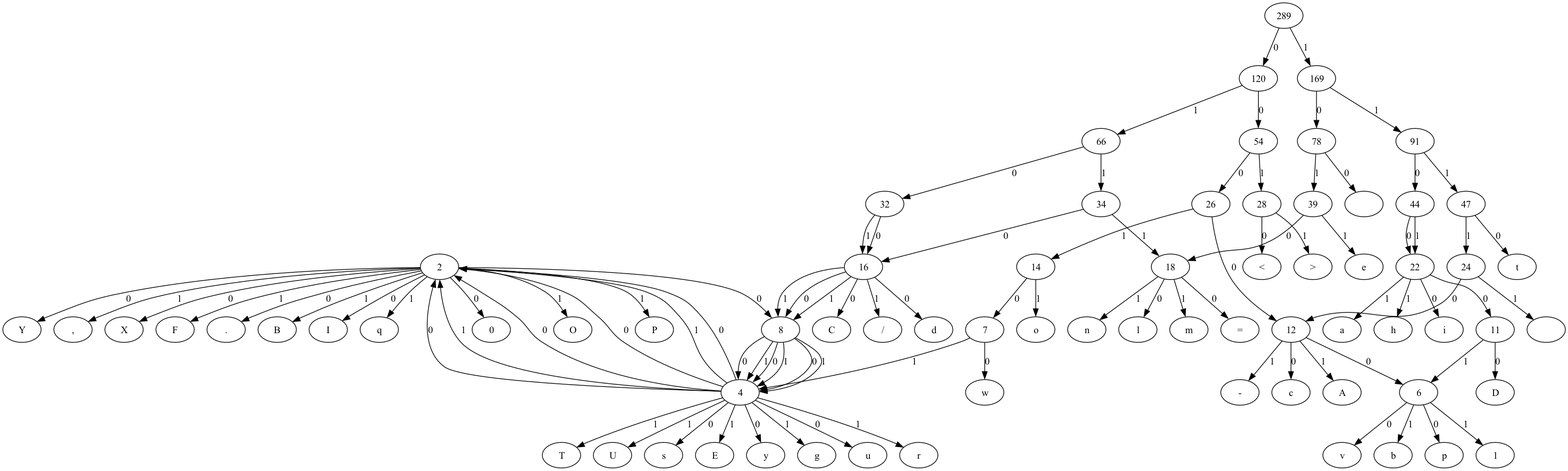
hugolima03/HugoLimaPedroVinicius_FinalProject_AA_RR_2023 keeps this Graphviz diagram as graph.png. Above is the earlier version. Its source is kept beside it as graph.dot.
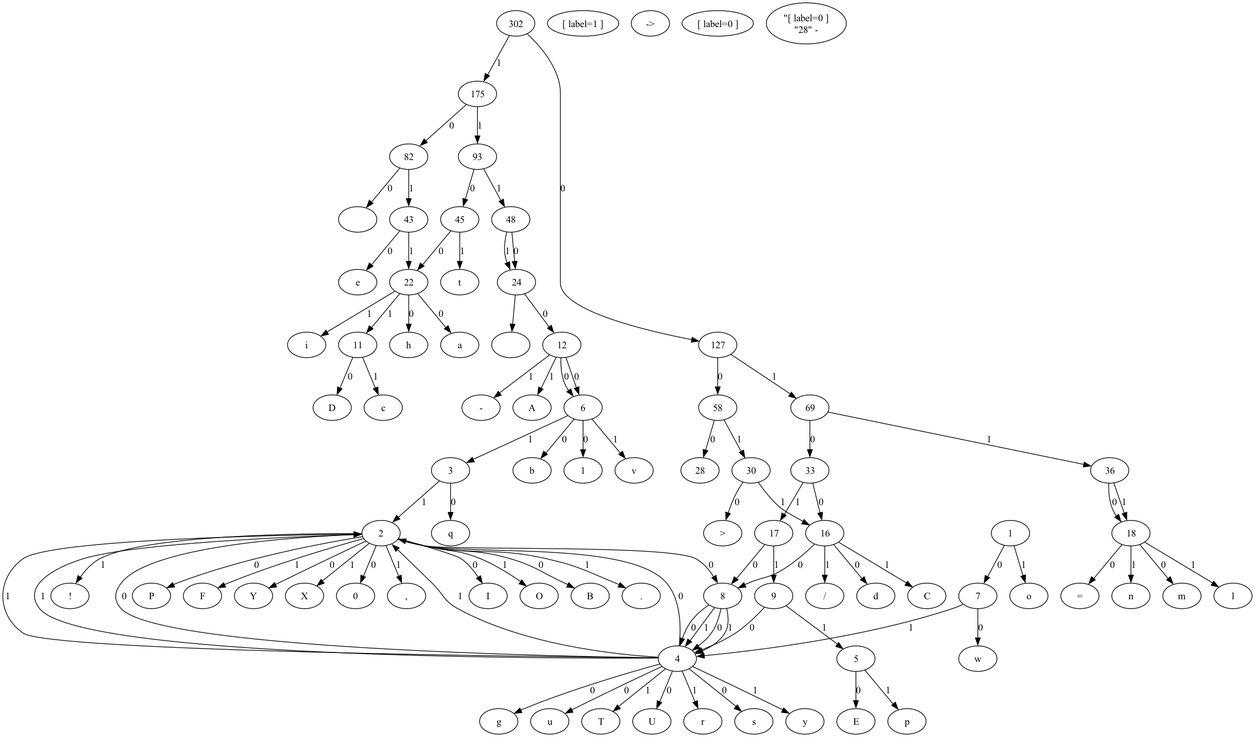
The same file after the commit.

Diff of the diagram source:
```diff
@@ -1,93 +1,97 @@
 digraph G {
-"2" -> "0"[ label=0 ]
+"2" -> "B"[ label=0 ]
+"2" -> "."[ label=1 ]
+"2" -> "I"[ label=0 ]
 "2" -> "O"[ label=1 ]
 "2" -> "8"[ label=0 ]
-"2" -> "P"[ label=1 ]
+"2" -> "!"[ label=1 ]
+"2" -> "P"[ label=0 ]
+"2" -> "F"[ label=1 ]
 "2" -> "Y"[ label=0 ]
+"2" -> "X"[ label=1 ]
+"2" -> "0"[ label=0 ]
 "2" -> ","[ label=1 ]
-"2" -> "X"[ label=0 ]
-"2" -> "F"[ label=1 ]
-"2" -> "."[ label=0 ]
-"2" -> "B"[ label=1 ]
-"2" -> "I"[ label=0 ]
-"2" -> "q"[ label=1 ]
+"3" -> "q"[ label=0 ]
+"3" -> "2"[ label=1 ]
+"4" -> "2"[ label=0 ]
+"4" -> "y"[ label=1 ]
+"4" -> "g"[ label=0 ]
+"4" -> "2"[ label=1 ]
+"4" -> "u"[ label=0 ]
+"4" -> "T"[ label=1 ]
+"4" -> "U"[ label=0 ]
+"4" -> "r"[ label=1 ]
 "4" -> "2"[ label=0 ]
 "4" -> "2"[ label=1 ]
-"4" -> "y"[ label=0 ]
-"4" -> "g"[ label=1 ]
-"4" -> "u"[ label=0 ]
-"4" -> "r"[ label=1 ]
-"4" -> "2"[ label=0 ]
-"4" -> "T"[ label=1 ]
-"4" -> "2"[ label=0 ]
-"4" -> "U"[ label=1 ]
 "4" -> "s"[ label=0 ]
 "4" -> "2"[ label=1 ]
-"4" -> "2"[ label=0 ]
-"4" -> "E"[ label=1 ]
-"6" -> "v"[ label=0 ]
-"6" -> "b"[ label=1 ]
-"6" -> "p"[ label=0 ]
-"6" -> "1"[ label=1 ]
+"5" -> "E"[ label=0 ]
+"5" -> "p"[ label=1 ]
+"6" -> "b"[ label=0 ]
+"6" -> "3"[ label=1 ]
+"6" -> "1"[ label=0 ]
+"6" -> "v"[ label=1 ]
 "7" -> "w"[ label=0 ]
 "7" -> "4"[ label=1 ]
 "8" -> "4"[ label=0 ]
 "8" -> "4"[ label=1 ]
 "8" -> "4"[ label=0 ]
 "8" -> "4"[ label=1 ]
-"8" -> "4"[ label=0 ]
-"8" -> "4"[ label=1 ]
+"9" -> "4"[ label=0 ]
+"9" -> "5"[ label=1 ]
 "11" -> "D"[ label=0 ]
-"11" -> "6"[ label=1 ]
+"11" -> "c"[ label=1 ]
 "12" -> "6"[ label=0 ]
 "12" -> "-"[ label=1 ]
-"12" -> "c"[ label=0 ]
+"12" -> "6"[ label=0 ]
 "12" -> "A"[ label=1 ]
 "14" -> "7"[ label=0 ]
 "14" -> "o"[ label=1 ]
-"16" -> "C"[ label=0 ]
+"16" -> "8"[ label=0 ]
 "16" -> "/"[ label=1 ]
 "16" -> "d"[ label=0 ]
-"16" -> "8"[ label=1 ]
-"16" -> "8"[ label=0 ]
-"16" -> "8"[ label=1 ]
-"18" -> "l"[ label=0 ]
-"18" -> "m"[ label=1 ]
+"16" -> "C"[ label=1 ]
+"17" -> "8"[ label=0 ]
+"17" -> "9"[ label=1 ]
 "18" -> "="[ label=0 ]
 "18" -> "n"[ label=1 ]
-"22" -> "11"[ label=0 ]
-"22" -> "h"[ label=1 ]
-"22" -> "i"[ label=0 ]
-"22" -> "a"[ label=1 ]
+"18" -> "m"[ label=0 ]
+"18" -> "l"[ label=1 ]
+"22" -> "h"[ label=0 ]
+"22" -> "11"[ label=1 ]
+"22" -> "a"[ label=0 ]
+"22" -> "i"[ label=1 ]
+"24" -> "12"[ label=0 ]
+"24" -> """[ label=1 ]
 "24" -> "12"[ label=0 ]
 "24" -> "
 "[ label=1 ]
-"26" -> "12"[ label=0 ]
-"26" -> "14"[ label=1 ]
 "28" -> "<"[ label=0 ]
-"28" -> ">"[ label=1 ]
-"32" -> "16"[ label=0 ]
-"32" -> "16"[ label=1 ]
-"34" -> "16"[ label=0 ]
-"34" -> "18"[ label=1 ]
-"39" -> "18"[ label=0 ]
-"39" -> "e"[ label=1 ]
-"44" -> "22"[ label=0 ]
-"44" -> "22"[ label=1 ]
-"47" -> "t"[ label=0 ]
-"47" -> "24"[ label=1 ]
-"54" -> "26"[ label=0 ]
-"54" -> "28"[ label=1 ]
-"66" -> "32"[ label=0 ]
-"66" -> "34"[ label=1 ]
-"78" -> " "[ label=0 ]
-"78" -> "39"[ label=1 ]
-"91" -> "44"[ label=0 ]
-"91" -> "47"[ label=1 ]
-"120" -> "54"[ label=0 ]
-"120" -> "66"[ label=1 ]
-"169" -> "78"[ label=0 ]
-"169" -> "91"[ label=1 ]
-"289" -> "120"[ label=0 ]
-"289" -> "169"[ label=1 ]
+"28" -> "14"[ label=1 ]
+"30" -> ">"[ label=0 ]
+"30" -> "16"[ label=1 ]
+"33" -> "16"[ label=0 ]
+"33" -> "17"[ label=1 ]
+"36" -> "18"[ label=0 ]
+"36" -> "18"[ label=1 ]
+"43" -> "e"[ label=0 ]
+"43" -> "22"[ label=1 ]
+"45" -> "22"[ label=0 ]
+"45" -> "t"[ label=1 ]
+"48" -> "24"[ label=0 ]
+"48" -> "24"[ label=1 ]
+"58" -> "28"[ label=0 ]
+"58" -> "30"[ label=1 ]
+"69" -> "33"[ label=0 ]
+"69" -> "36"[ label=1 ]
+"82" -> " "[ label=0 ]
+"82" -> "43"[ label=1 ]
+"93" -> "45"[ label=0 ]
+"93" -> "48"[ label=1 ]
+"127" -> "58"[ label=0 ]
+"127" -> "69"[ label=1 ]
+"175" -> "82"[ label=0 ]
+"175" -> "93"[ label=1 ]
+"302" -> "127"[ label=0 ]
+"302" -> "175"[ label=1 ]
 }
```
